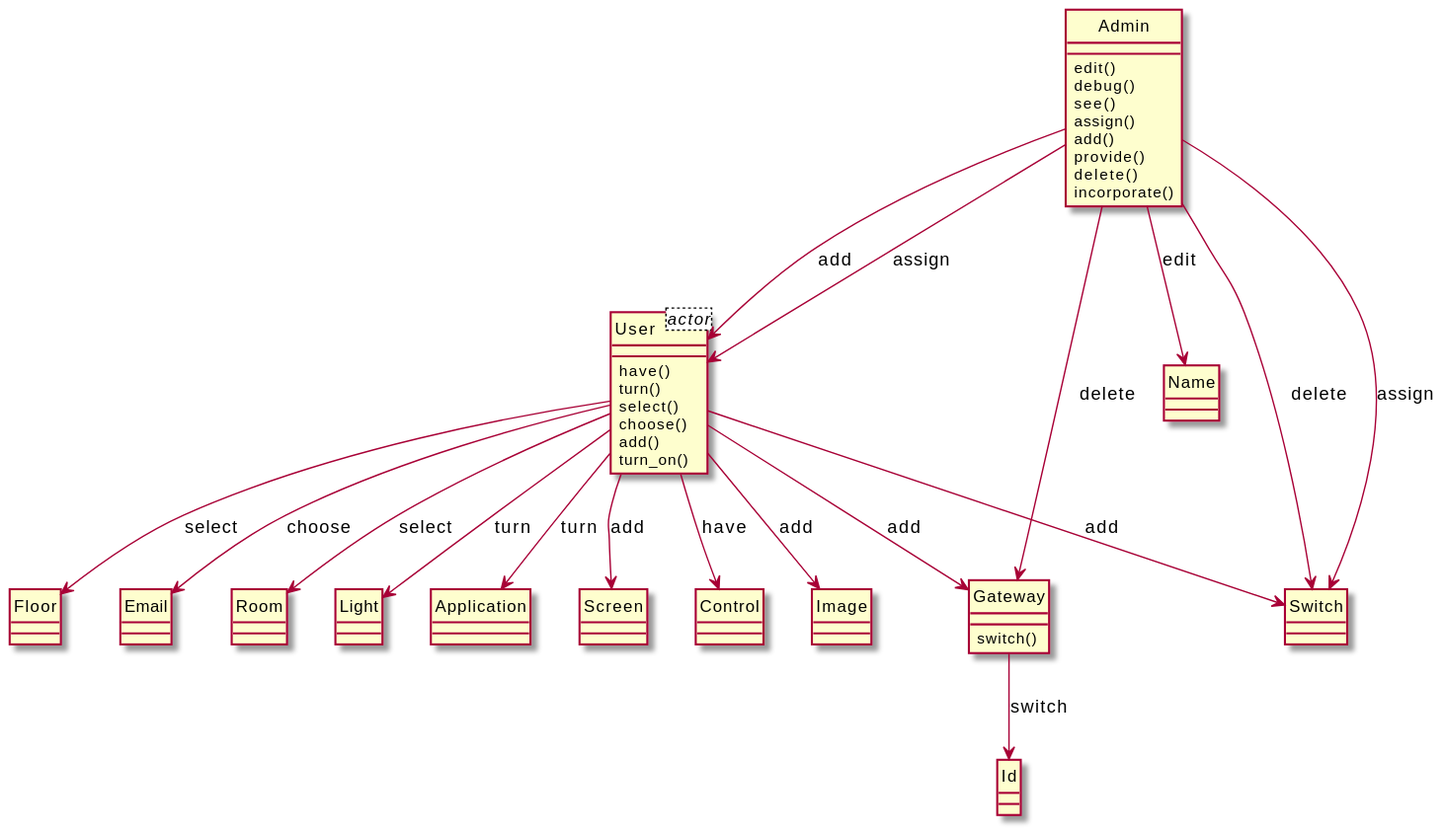
xixixhalu/DomainModelExtractor keeps this PlantUML diagram as output/diagram_5/2014-USC-Project13.svg. Above is the earlier version.
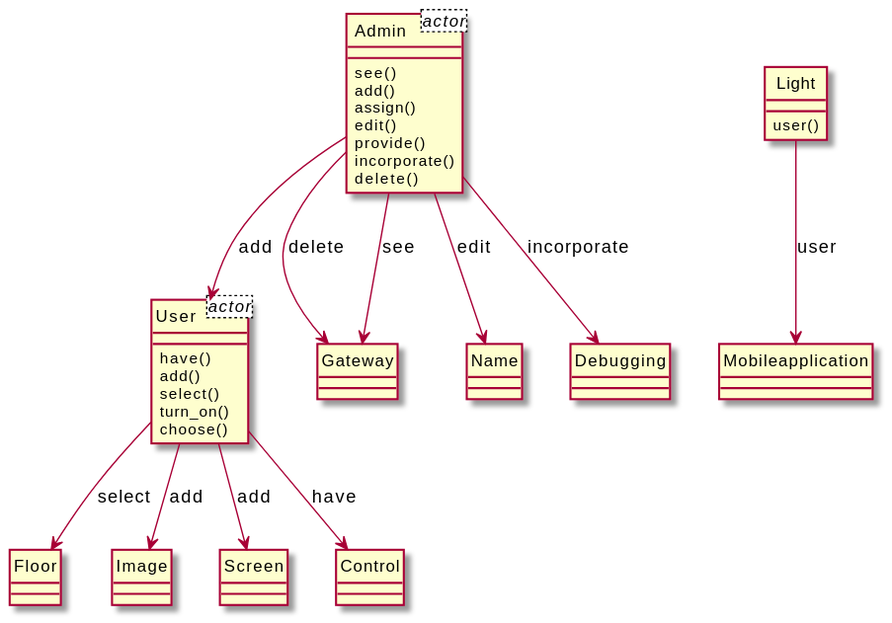
Above is the later version.

Diff of the diagram source:
```diff
@@ -1,65 +1,52 @@
 @startuml
 hide circle
+class Admin<actor> {
+}
 class User<actor> {
-}
-class Admin {
-	edit()
-	debug()
-	see()
-	assign()
-	add()
-	provide()
-	delete()
-	incorporate()
 }
 class User {
 	have()
-	turn()
+	add()
 	select()
+	turn_on()
 	choose()
+}
+class Admin {
+	see()
 	add()
-	turn_on()
-}
-class Light {
+	assign()
+	edit()
+	provide()
+	incorporate()
+	delete()
 }
 class Gateway {
-	switch()
 }
-class Id {
+class Floor {
 }
 class Name {
 }
-class Switch {
+class Image {
 }
-class Application {
+class Light {
+	user()
+}
+class Mobileapplication {
 }
 class Screen {
 }
 class Control {
 }
-class Image {
+class Debugging {
 }
-class Floor {
-}
-class Email {
-}
-class Room {
-}
+User --> Screen : add
+User --> Image : add
+User --> Floor : select
+Admin --> User : add
+Admin --> Debugging : incorporate
+Admin --> Gateway : delete
 User --> Control : have
-User --> Image : add
-Gateway --> Id : switch
-User --> Room : select
-User --> Application : turn
-Admin --> User : assign
-Admin --> Switch : delete
+Light --> Mobileapplication : user
 Admin --> Name : edit
-Admin --> User : add
-User --> Light : turn
-User --> Gateway : add
-User --> Screen : add
-Admin --> Gateway : delete
-User --> Floor : select
-User --> Email : choose
-Admin --> Switch : assign
-User --> Switch : add
+Admin --> Gateway : see
 @enduml
```
